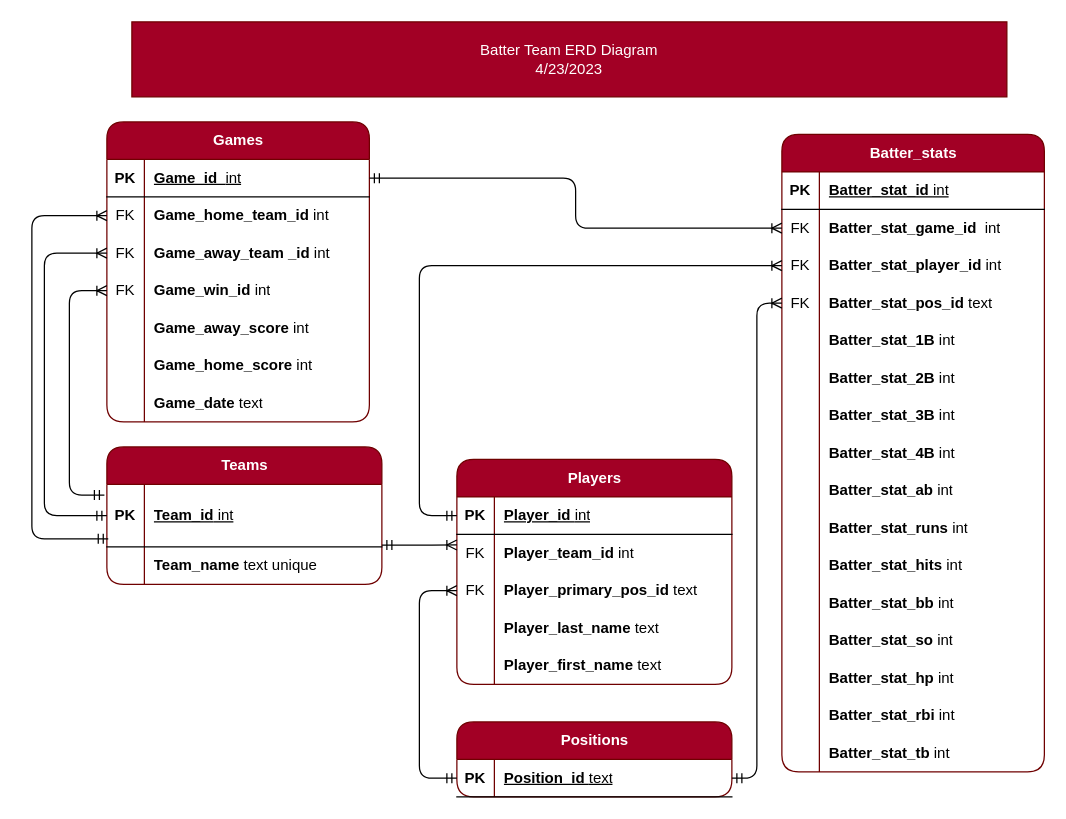
Earlier version of the draw.io diagram Entity_Relationship_Diagram_Batter_Stats.drawio (cronad2320/CSD2522-Batter-Team). Source tidied: cells renumbered, new cells numbered last; positions are measured from the earlier drawing's top-left corner, leaving out a move shared by most shapes. Both pictures are drawn from the tidied source at 125%, with x=0, y=0 at pixel (31, 21).
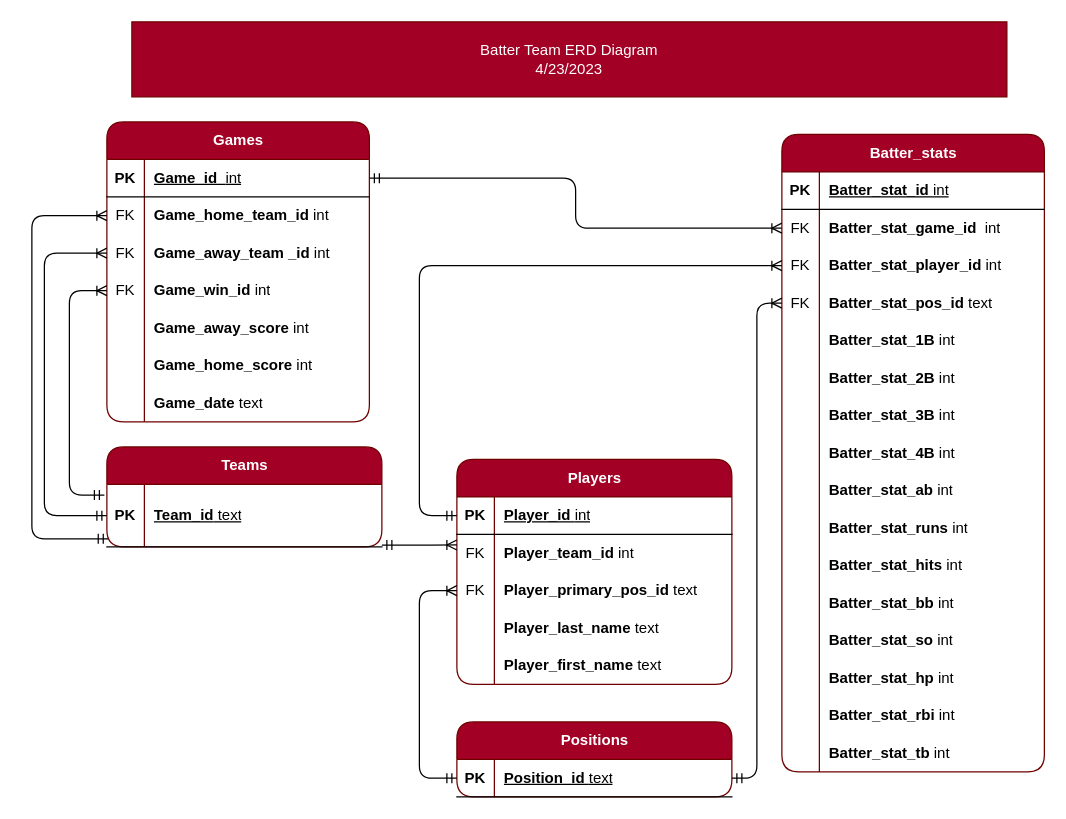
Above is the later version.

Unchanged cells that the change refers to:
```xml
<mxCell id="4" style="shape=tableRow;horizontal=0;startSize=0;swimlaneHead=0;swimlaneBody=0;fillColor=none;points=[[0,0.5],[1,0.5]];portConstraint=eastwest;top=0;left=0;right=0;bottom=1;" parent="3" vertex="1">
  <mxGeometry y="30" width="220" height="50" as="geometry" />
</mxCell>
```

Diff of the diagram source:
```diff
@@
     <mxCell id="3" value="Teams" style="shape=table;startSize=30;childLayout=tableLayout;rowLines=0;fontStyle=1;align=center;html=1;rounded=1;fillColor=#a20025;fontColor=#ffffff;strokeColor=#6F0000;" parent="1" vertex="1">
-      <mxGeometry x="60" y="340" width="220" height="110" as="geometry" />
+      <mxGeometry x="60" y="340" width="220" height="80" as="geometry" />
     </mxCell>
@@
-    <mxCell id="6" value="Team_id&lt;span style=&quot;font-weight: normal;&quot;&gt; int&lt;/span&gt;" style="shape=partialRectangle;fillColor=none;top=0;left=0;bottom=0;right=0;align=left;spacingLeft=6;fontStyle=5;overflow=hidden;whiteSpace=wrap;html=1;" parent="4" vertex="1">
+    <mxCell id="6" value="Team_id&lt;span style=&quot;font-weight: normal;&quot;&gt;&amp;nbsp;text&lt;/span&gt;" style="shape=partialRectangle;fillColor=none;top=0;left=0;bottom=0;right=0;align=left;spacingLeft=6;fontStyle=5;overflow=hidden;whiteSpace=wrap;html=1;" parent="4" vertex="1">
       <mxGeometry x="30" width="190" height="50" as="geometry" />
     </mxCell>
-    <mxCell id="7" style="shape=tableRow;horizontal=0;startSize=0;swimlaneHead=0;swimlaneBody=0;fillColor=none;top=0;left=0;right=0;bottom=0;" parent="3" vertex="1">
-      <mxGeometry y="80" width="220" height="30" as="geometry" />
-    </mxCell>
-    <mxCell id="8" style="shape=partialRectangle;fillColor=none;top=0;left=0;bottom=0;right=0;overflow=hidden;whiteSpace=wrap;html=1;" parent="7" vertex="1">
-      <mxGeometry width="30" height="30" as="geometry" />
-    </mxCell>
-    <mxCell id="9" value="&lt;b&gt;Team_name&lt;/b&gt; text unique" style="shape=partialRectangle;fillColor=none;top=0;left=0;bottom=0;right=0;align=left;spacingLeft=6;overflow=hidden;whiteSpace=wrap;html=1;" parent="7" vertex="1">
-      <mxGeometry x="30" width="190" height="30" as="geometry" />
-    </mxCell>
```
